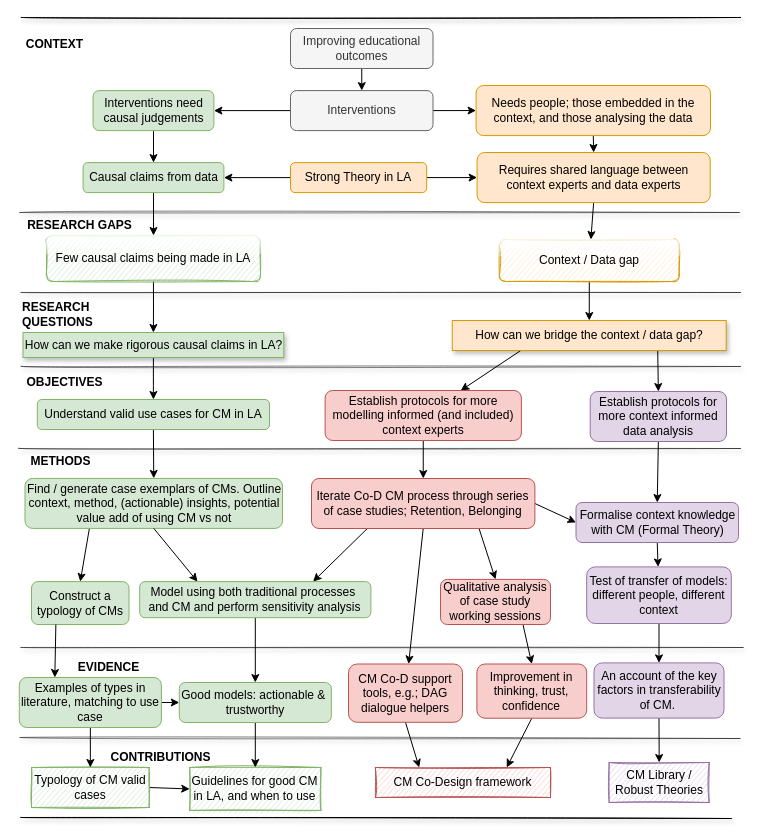
This is page "Page-10" (10 of 10) of Thesis diagram.drawio from benwhicks/phd, a draw.io file, before an edit. Source tidied: cells renumbered, new cells numbered last; positions are measured from the earlier drawing's top-left corner, leaving out a move shared by most shapes. Both pictures are drawn from the tidied source at 100%, with x=0, y=0 at pixel (18, 17).
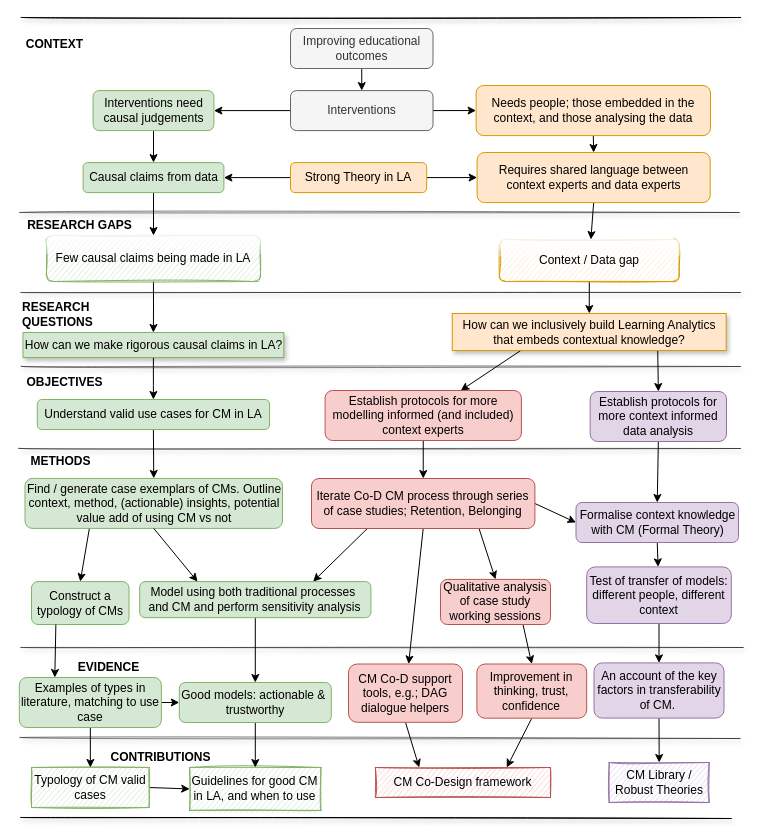
Above is the later version.

Change to the diagram source:
```diff
@@
-    <mxCell id="13" value="How can we bridge the context / data gap?" style="rounded=0;whiteSpace=wrap;html=1;fillColor=#ffe6cc;strokeColor=#d79b00;sketch=0;shadow=1;" parent="1" vertex="1">
-      <mxGeometry x="433.8" y="303" width="273.9" height="30" as="geometry" />
+    <mxCell id="13" value="How can we inclusively build Learning Analytics that embeds contextual knowledge?" style="rounded=0;whiteSpace=wrap;html=1;fillColor=#ffe6cc;strokeColor=#d79b00;sketch=0;shadow=1;" parent="1" vertex="1">
+      <mxGeometry x="433.8" y="296" width="273.9" height="37" as="geometry" />
     </mxCell>
```
